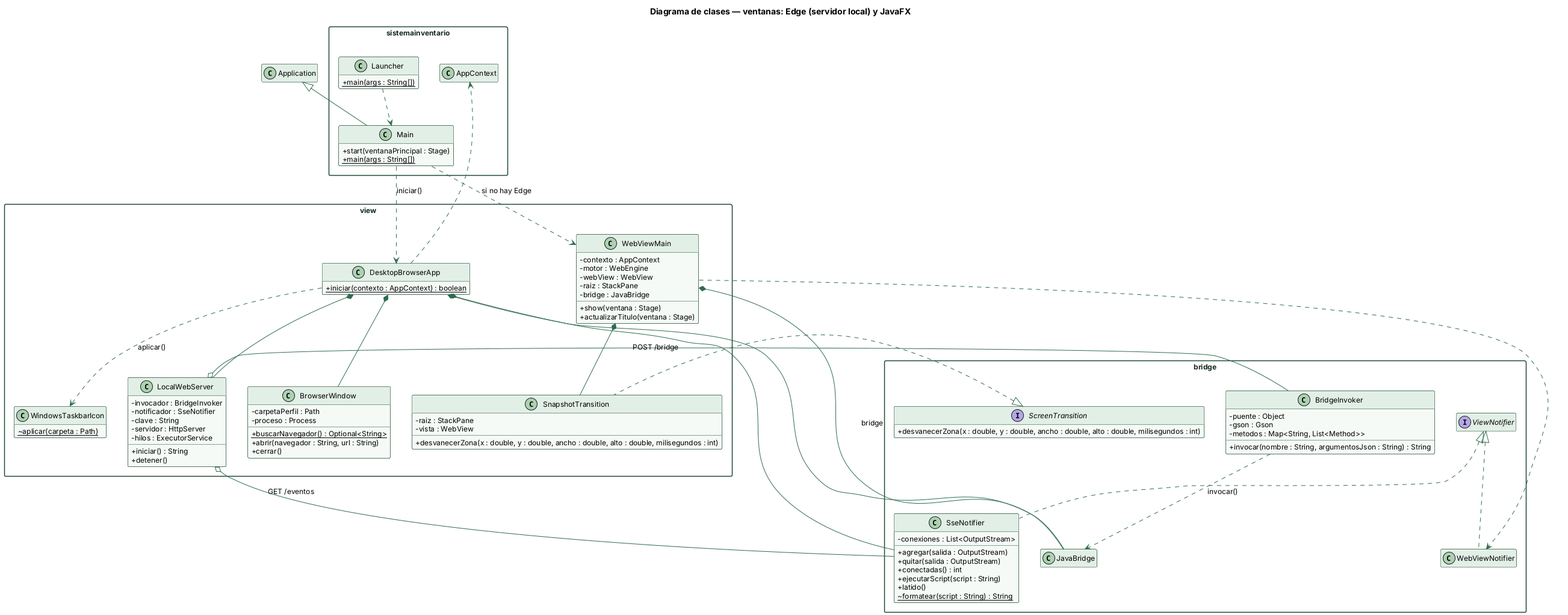
Before: docs/diagramas/clases-ventanas.png, a diagram exported from PlantUML (erickf-dev/TBalance).
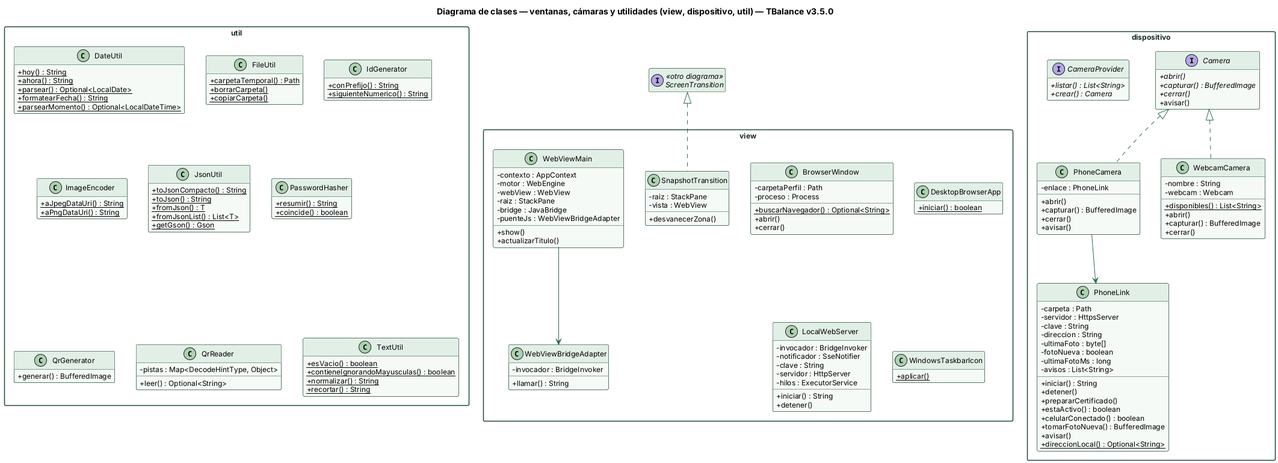
Later version of the same file.

What changed in the source:
```diff
@@ -14,26 +14,111 @@
   BorderColor #1e4a35
   FontColor #14281d
 }
-skinparam note {
-  BackgroundColor #fdf8ea
-  BorderColor #d4a72c
-}
 hide empty members
 
-title Diagrama de clases — ventanas: Edge (servidor local) y JavaFX
-package sistemainventario {
-class Main {
-  + start(ventanaPrincipal : Stage)
-  + main(args : String[]) {static}
+title Diagrama de clases — ventanas, cámaras y utilidades (view, dispositivo, util) — TBalance v3.5.0
+
+package dispositivo {
+interface Camera {
+  + {abstract} abrir()
+  + {abstract} capturar() : BufferedImage
+  + {abstract} cerrar()
+  + avisar()
 }
-class Launcher {
-  + main(args : String[]) {static}
+interface CameraProvider {
+  + {abstract} listar() : List<String>
+  + {abstract} crear() : Camera
 }
-class AppContext
+class PhoneCamera {
+  - enlace : PhoneLink
+  + abrir()
+  + capturar() : BufferedImage
+  + cerrar()
+  + avisar()
+}
+class PhoneLink {
+  - carpeta : Path
+  - servidor : HttpsServer
+  - clave : String
+  - direccion : String
+  - ultimaFoto : byte[]
+  - fotoNueva : boolean
+  - ultimaFotoMs : long
+  - avisos : List<String>
+  + iniciar() : String
+  + detener()
+  + prepararCertificado()
+  + estaActivo() : boolean
+  + celularConectado() : boolean
+  + tomarFotoNueva() : BufferedImage
+  + avisar()
+  + {static} direccionLocal() : Optional<String>
+}
+class WebcamCamera {
+  - nombre : String
+  - webcam : Webcam
+  + {static} disponibles() : List<String>
+  + abrir()
+  + capturar() : BufferedImage
+  + cerrar()
+}
+}
+package util {
+class DateUtil {
+  + {static} hoy() : String
+  + {static} ahora() : String
+  + {static} parsear() : Optional<LocalDate>
+  + {static} formatearFecha() : String
+  + {static} parsearMomento() : Optional<LocalDateTime>
+}
+class FileUtil {
+  + {static} carpetaTemporal() : Path
+  + {static} borrarCarpeta()
+  + {static} copiarCarpeta()
+}
+class IdGenerator {
+  + {static} conPrefijo() : String
+  + {static} siguienteNumerico() : String
+}
+class ImageEncoder {
+  + {static} aJpegDataUri() : String
+  + {static} aPngDataUri() : String
+}
+class JsonUtil {
+  + {static} toJsonCompacto() : String
+  + {static} toJson() : String
+  + {static} fromJson() : T
+  + {static} fromJsonList() : List<T>
+  + {static} getGson() : Gson
+}
+class PasswordHasher {
+  + {static} resumir() : String
+  + {static} coincide() : boolean
+}
+class QrGenerator {
+  + generar() : BufferedImage
+}
+class QrReader {
+  - pistas : Map<DecodeHintType, Object>
+  + leer() : Optional<String>
+}
+class TextUtil {
+  + {static} esVacio() : boolean
+  + {static} contieneIgnorandoMayusculas() : boolean
+  + {static} normalizar() : String
+  + {static} recortar() : String
+}
 }
 package view {
+class BrowserWindow {
+  - carpetaPerfil : Path
+  - proceso : Process
+  + {static} buscarNavegador() : Optional<String>
+  + abrir()
+  + cerrar()
+}
 class DesktopBrowserApp {
-  + iniciar(contexto : AppContext) : boolean {static}
+  + {static} iniciar() : boolean
 }
 class LocalWebServer {
   - invocador : BridgeInvoker
@@ -44,15 +129,14 @@
   + iniciar() : String
   + detener()
 }
-class BrowserWindow {
-  - carpetaPerfil : Path
-  - proceso : Process
-  + buscarNavegador() : Optional<String> {static}
-  + abrir(navegador : String, url : String)
-  + cerrar()
+class SnapshotTransition {
+  - raiz : StackPane
+  - vista : WebView
+  + desvanecerZona()
 }
-class WindowsTaskbarIcon {
-  ~ aplicar(carpeta : Path) {static}
+class WebViewBridgeAdapter {
+  - invocador : BridgeInvoker
+  + llamar() : String
 }
 class WebViewMain {
   - contexto : AppContext
@@ -60,58 +144,18 @@
   - webView : WebView
   - raiz : StackPane
   - bridge : JavaBridge
-  + show(ventana : Stage)
-  + actualizarTitulo(ventana : Stage)
+  - puenteJs : WebViewBridgeAdapter
+  + show()
+  + actualizarTitulo()
 }
-class SnapshotTransition {
-  - raiz : StackPane
-  - vista : WebView
-  + desvanecerZona(x : double, y : double, ancho : double, alto : double, milisegundos : int)
+class WindowsTaskbarIcon {
+  + {static} aplicar()
 }
 }
-package bridge {
-class JavaBridge
-interface ViewNotifier
-class SseNotifier {
-  - conexiones : List<OutputStream>
-  + agregar(salida : OutputStream)
-  + quitar(salida : OutputStream)
-  + conectadas() : int
-  + ejecutarScript(script : String)
-  + latido()
-  ~ formatear(script : String) : String {static}
-}
-class BridgeInvoker {
-  - puente : Object
-  - gson : Gson
-  - metodos : Map<String, List<Method>>
-  + invocar(nombre : String, argumentosJson : String) : String
-}
-interface ScreenTransition {
-  + desvanecerZona(x : double, y : double, ancho : double, alto : double, milisegundos : int)
-}
-class WebViewNotifier
-}
-
-class Application
-Application <|-- Main
-Launcher ..> Main
-Main ..> DesktopBrowserApp : iniciar()
-Main ..> WebViewMain : si no hay Edge
-DesktopBrowserApp *-- JavaBridge
-DesktopBrowserApp *-- SseNotifier
-DesktopBrowserApp *-- LocalWebServer
-DesktopBrowserApp *-- BrowserWindow
-DesktopBrowserApp ..> WindowsTaskbarIcon : aplicar()
-DesktopBrowserApp ..> AppContext
-LocalWebServer o-- BridgeInvoker : POST /bridge
-LocalWebServer o-- SseNotifier : GET /eventos
-BridgeInvoker ..> JavaBridge : invocar()
-ViewNotifier <|.. SseNotifier
-ViewNotifier <|.. WebViewNotifier
-WebViewMain *-- JavaBridge : bridge
-WebViewMain *-- SnapshotTransition
-WebViewMain ..> WebViewNotifier
+interface ScreenTransition <<otro diagrama>>
+Camera <|.. PhoneCamera
+Camera <|.. WebcamCamera
+PhoneCamera --> PhoneLink
 ScreenTransition <|.. SnapshotTransition
-
+WebViewMain --> WebViewBridgeAdapter
 @enduml
```
